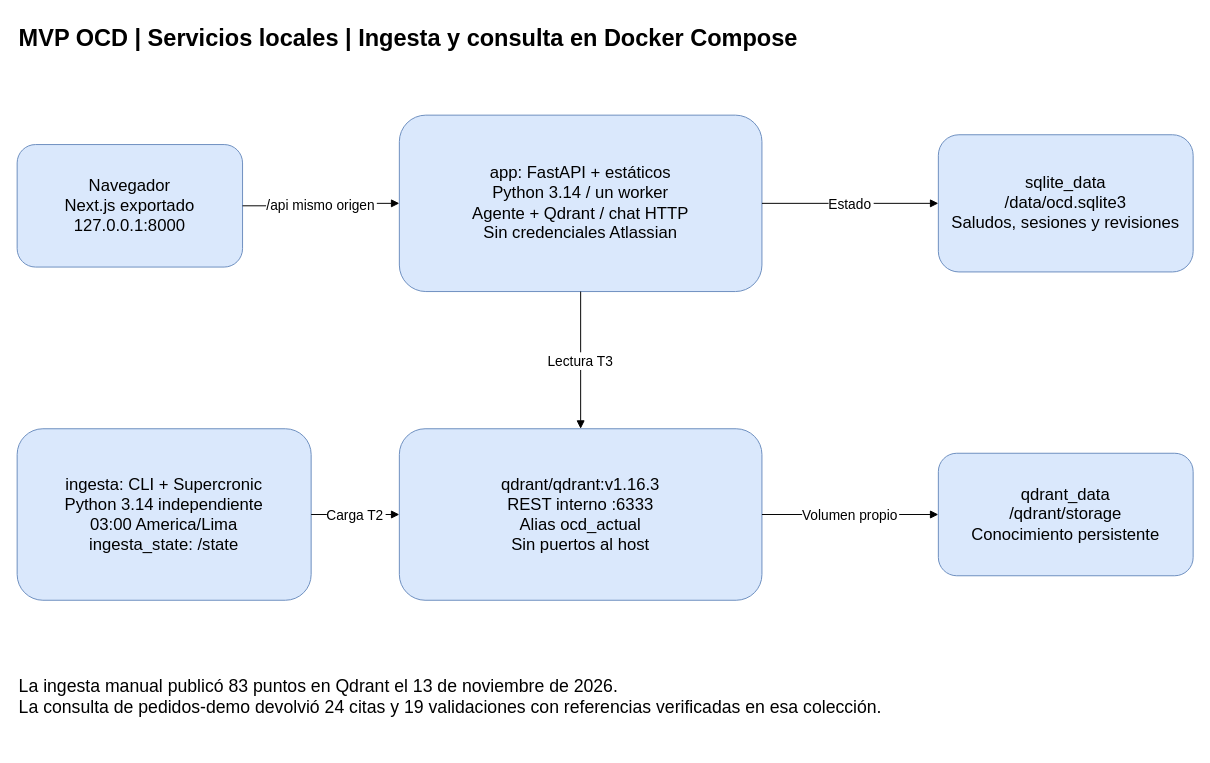
Earlier version of the draw.io diagram page "Servicios locales" (2 of 3) of docs/MVP_OCD_Arquitectura.drawio (miguelsff/grupo-visa-ai). Source tidied: cells renumbered, new cells numbered last; positions are measured from the earlier drawing's top-left corner, leaving out a move shared by most shapes. Both pictures are drawn from the tidied source at 98%, with x=0, y=0 at pixel (17, 17).
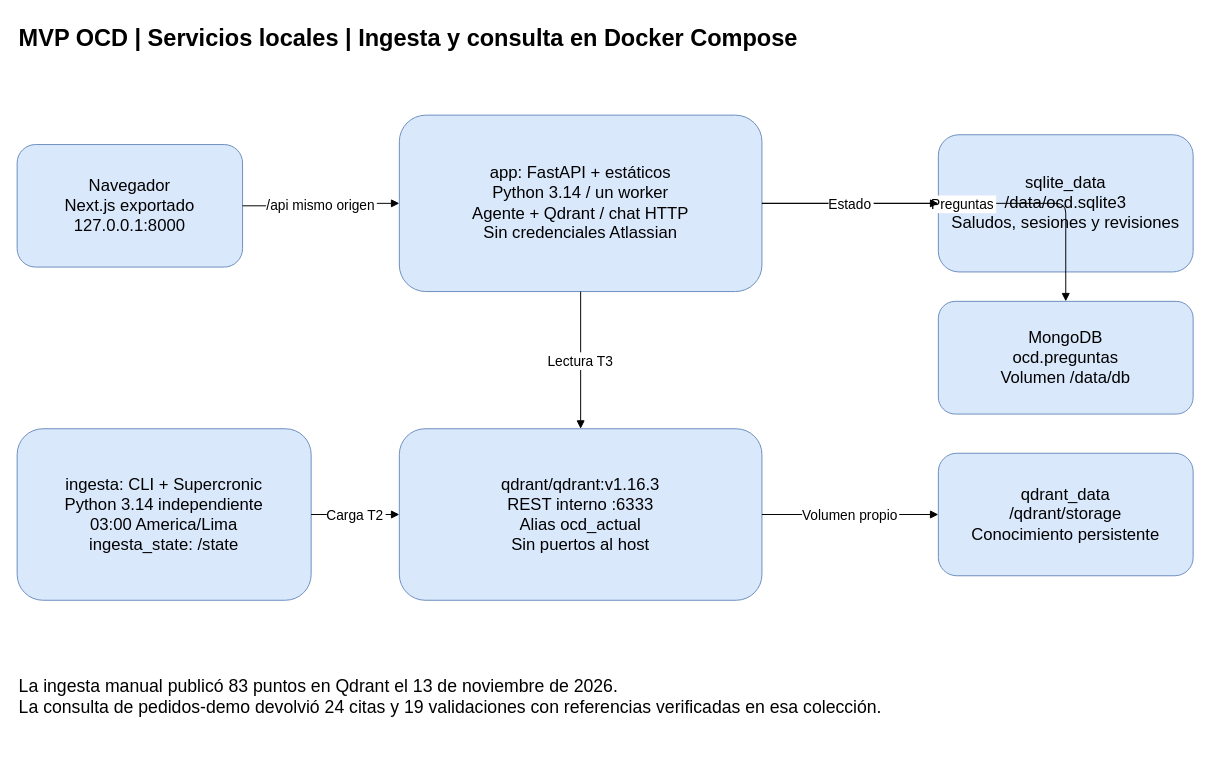
The same diagram, later.

What changed in the source:
```diff
@@
 <mxGraphModel>
   <root>
     <mxCell id="0" />
     <mxCell id="1" parent="0" />
     <mxCell id="2" value="MVP OCD | Servicios locales | Ingesta y consulta en Docker Compose" style="text;html=0;align=left;fontSize=24;fontStyle=1;" parent="1" vertex="1">
       <mxGeometry width="1200" height="65" as="geometry" />
     </mxCell>
     <mxCell id="3" value="Navegador&#10;Next.js exportado&#10;127.0.0.1:8000" style="rounded=1;whiteSpace=wrap;html=0;align=center;verticalAlign=middle;fontSize=17;fillColor=#dae8fc;strokeColor=#6c8ebf;" parent="1" vertex="1">
       <mxGeometry y="130" width="230" height="125" as="geometry" />
     </mxCell>
     <mxCell id="4" value="app: FastAPI + estáticos&#10;Python 3.14 / un worker&#10;Agente + Qdrant / chat HTTP&#10;Sin credenciales Atlassian" style="rounded=1;whiteSpace=wrap;html=0;align=center;verticalAlign=middle;fontSize=17;fillColor=#dae8fc;strokeColor=#6c8ebf;" parent="1" vertex="1">
       <mxGeometry x="390" y="100" width="370" height="180" as="geometry" />
     </mxCell>
     <mxCell id="5" value="sqlite_data&#10;/data/ocd.sqlite3&#10;Saludos, sesiones y revisiones" style="rounded=1;whiteSpace=wrap;html=0;align=center;verticalAlign=middle;fontSize=17;fillColor=#dae8fc;strokeColor=#6c8ebf;" parent="1" vertex="1">
       <mxGeometry x="940" y="120" width="260" height="140" as="geometry" />
     </mxCell>
     <mxCell id="6" value="ingesta: CLI + Supercronic&#10;Python 3.14 independiente&#10;03:00 America/Lima&#10;ingesta_state: /state" style="rounded=1;whiteSpace=wrap;html=0;align=center;verticalAlign=middle;fontSize=17;fillColor=#dae8fc;strokeColor=#6c8ebf;" parent="1" vertex="1">
       <mxGeometry y="420" width="300" height="175" as="geometry" />
     </mxCell>
     <mxCell id="7" value="qdrant/qdrant:v1.16.3&#10;REST interno :6333&#10;Alias ocd_actual&#10;Sin puertos al host" style="rounded=1;whiteSpace=wrap;html=0;align=center;verticalAlign=middle;fontSize=17;fillColor=#dae8fc;strokeColor=#6c8ebf;" parent="1" vertex="1">
       <mxGeometry x="390" y="420" width="370" height="175" as="geometry" />
     </mxCell>
     <mxCell id="8" value="qdrant_data&#10;/qdrant/storage&#10;Conocimiento persistente" style="rounded=1;whiteSpace=wrap;html=0;align=center;verticalAlign=middle;fontSize=17;fillColor=#dae8fc;strokeColor=#6c8ebf;" parent="1" vertex="1">
       <mxGeometry x="940" y="445" width="260" height="125" as="geometry" />
     </mxCell>
+    <mxCell id="15" value="MongoDB&#10;ocd.preguntas&#10;Volumen /data/db" style="rounded=1;whiteSpace=wrap;html=0;align=center;verticalAlign=middle;fontSize=17;fillColor=#dae8fc;strokeColor=#6c8ebf;" parent="1" vertex="1">
+      <mxGeometry x="940" y="290" width="260" height="115" as="geometry" />
+    </mxCell>
+    <mxCell id="16" value="Preguntas" style="edgeStyle=orthogonalEdgeStyle;html=0;endArrow=block;fontSize=14;" parent="1" edge="1" source="4" target="15">
+      <mxGeometry relative="1" as="geometry" />
+    </mxCell>
     <mxCell id="9" value="/api mismo origen" style="edgeStyle=orthogonalEdgeStyle;html=0;endArrow=block;fontSize=14;" parent="1" edge="1" source="3" target="4">
       <mxGeometry relative="1" as="geometry" />
     </mxCell>
     <mxCell id="10" value="Estado" style="edgeStyle=orthogonalEdgeStyle;html=0;endArrow=block;fontSize=14;" parent="1" edge="1" source="4" target="5">
       <mxGeometry relative="1" as="geometry" />
     </mxCell>
     <mxCell id="11" value="Lectura T3" style="edgeStyle=orthogonalEdgeStyle;html=0;endArrow=block;fontSize=14;" parent="1" edge="1" source="4" target="7">
       <mxGeometry relative="1" as="geometry" />
     </mxCell>
     <mxCell id="12" value="Carga T2" style="edgeStyle=orthogonalEdgeStyle;html=0;endArrow=block;fontSize=14;" parent="1" edge="1" source="6" target="7">
       <mxGeometry relative="1" as="geometry" />
     </mxCell>
     <mxCell id="13" value="Volumen propio" style="edgeStyle=orthogonalEdgeStyle;html=0;endArrow=block;fontSize=14;" parent="1" edge="1" source="7" target="8">
       <mxGeometry relative="1" as="geometry" />
     </mxCell>
     <mxCell id="14" value="La ingesta manual publicó 83 puntos en Qdrant el 13 de noviembre de 2026.&#10;La consulta de pedidos-demo devolvió 24 citas y 19 validaciones con referencias verificadas en esa colección." style="text;html=0;align=left;fontSize=18;" parent="1" vertex="1">
       <mxGeometry y="665" width="1200" height="80" as="geometry" />
     </mxCell>
   </root>
 </mxGraphModel>
```
